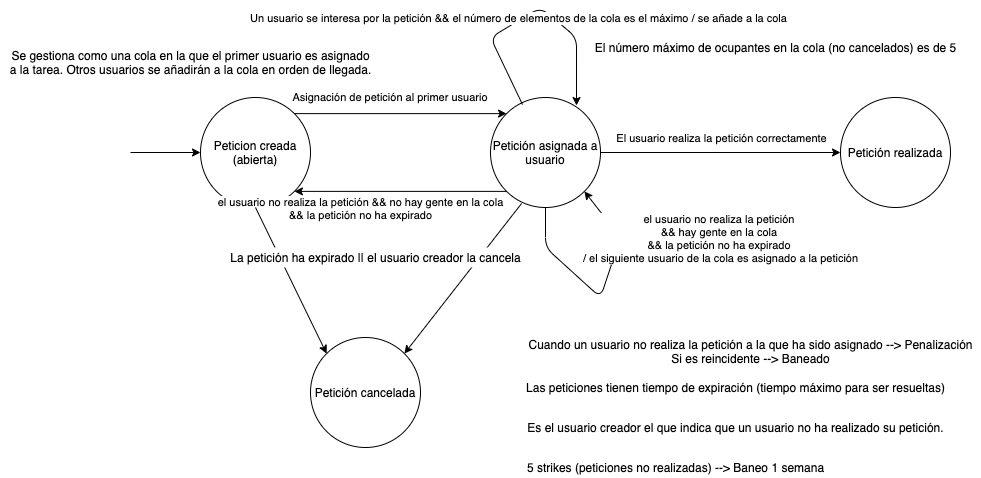
Earlier version of the draw.io export docs/diagramas/diagramaFlujoPeticiones.png (piter1902/otters). Source tidied: cells renumbered, new cells last; positions are measured from the earlier drawing's top-left corner, leaving out a move shared by most shapes. Source of this version:
```xml
<mxGraphModel>
  <root>
    <mxCell id="0" />
    <mxCell id="1" parent="0" />
    <mxCell id="2" value="Peticion creada (abierta)" style="ellipse;whiteSpace=wrap;html=1;" parent="1" vertex="1">
      <mxGeometry x="200" y="90" width="110" height="110" as="geometry" />
    </mxCell>
    <mxCell id="3" style="endArrow=classic;html=1;entryX=0;entryY=0.5;entryDx=0;entryDy=0;" parent="1" edge="1" target="2">
      <mxGeometry relative="1" as="geometry">
        <mxPoint x="130" y="145" as="sourcePoint" />
      </mxGeometry>
    </mxCell>
    <mxCell id="4" value="Petición asignada a usuario" style="ellipse;whiteSpace=wrap;html=1;" parent="1" vertex="1">
      <mxGeometry x="490" y="90" width="110" height="110" as="geometry" />
    </mxCell>
    <mxCell id="5" style="endArrow=classic;html=1;exitX=1;exitY=0;exitDx=0;exitDy=0;entryX=0;entryY=0;entryDx=0;entryDy=0;" parent="1" edge="1" source="2" target="4">
      <mxGeometry relative="1" as="geometry" />
    </mxCell>
    <mxCell id="6" value="Asignación de petición al primer usuario&amp;nbsp;" style="edgeLabel;html=1;align=center;verticalAlign=middle;" parent="5" vertex="1">
      <mxGeometry x="-0.55" y="-2" relative="1" as="geometry">
        <mxPoint x="48.1" y="-18.1" as="offset" />
      </mxGeometry>
    </mxCell>
    <mxCell id="7" style="endArrow=classic;html=1;exitX=0;exitY=1;exitDx=0;exitDy=0;entryX=1;entryY=1;entryDx=0;entryDy=0;" parent="1" edge="1" source="4" target="2">
      <mxGeometry relative="1" as="geometry" />
    </mxCell>
    <mxCell id="8" value="el usuario no realiza la petición &amp;amp;&amp;amp; no hay gente en la cola&lt;br&gt;&amp;amp;&amp;amp; la petición no ha expirado" style="edgeLabel;html=1;align=center;verticalAlign=middle;" parent="7" vertex="1">
      <mxGeometry x="0.51" relative="1" as="geometry">
        <mxPoint x="13.9" y="16.1" as="offset" />
      </mxGeometry>
    </mxCell>
    <mxCell id="9" value="Petición cancelada" style="ellipse;whiteSpace=wrap;html=1;" parent="1" vertex="1">
      <mxGeometry x="310" y="330" width="110" height="110" as="geometry" />
    </mxCell>
    <mxCell id="10" value="Petición realizada" style="ellipse;whiteSpace=wrap;html=1;" parent="1" vertex="1">
      <mxGeometry x="840" y="90" width="110" height="110" as="geometry" />
    </mxCell>
    <mxCell id="11" style="endArrow=classic;html=1;exitX=1;exitY=0.5;exitDx=0;exitDy=0;entryX=0;entryY=0.5;entryDx=0;entryDy=0;" parent="1" edge="1" source="4" target="10">
      <mxGeometry relative="1" as="geometry" />
    </mxCell>
    <mxCell id="12" value="El usuario realiza la petición correctamente" style="edgeLabel;html=1;align=center;verticalAlign=middle;" parent="11" vertex="1">
      <mxGeometry x="0.41" y="1" relative="1" as="geometry">
        <mxPoint x="-50" y="-14" as="offset" />
      </mxGeometry>
    </mxCell>
    <mxCell id="13" style="endArrow=classic;html=1;exitX=0.291;exitY=0.064;exitDx=0;exitDy=0;exitPerimeter=0;entryX=0.782;entryY=0.073;entryDx=0;entryDy=0;entryPerimeter=0;" parent="1" edge="1" source="4" target="4">
      <mxGeometry relative="1" as="geometry">
        <Array as="points">
          <mxPoint x="490" y="30" />
          <mxPoint x="540" />
          <mxPoint x="576" y="30" />
        </Array>
      </mxGeometry>
    </mxCell>
    <mxCell id="14" value="Un usuario se interesa por la petición &amp;amp;&amp;amp; el número de elementos de la cola es el máximo / se añade a la cola" style="edgeLabel;html=1;align=center;verticalAlign=middle;" parent="13" vertex="1">
      <mxGeometry x="-0.13" y="3" relative="1" as="geometry" />
    </mxCell>
    <mxCell id="15" value="Se gestiona como una cola en la que el primer usuario es asignado&lt;br&gt;a la tarea. Otros usuarios se añadirán a la cola en orden de llegada." style="text;html=1;align=center;verticalAlign=middle;" parent="1" vertex="1">
      <mxGeometry y="40" width="380" height="30" as="geometry" />
    </mxCell>
    <mxCell id="16" style="endArrow=classic;html=1;exitX=0.5;exitY=1;exitDx=0;exitDy=0;entryX=1;entryY=1;entryDx=0;entryDy=0;" parent="1" edge="1" source="4" target="4">
      <mxGeometry relative="1" as="geometry">
        <Array as="points">
          <mxPoint x="545" y="240" />
          <mxPoint x="600" y="290" />
          <mxPoint x="620" y="230" />
        </Array>
      </mxGeometry>
    </mxCell>
    <mxCell id="17" value="el usuario no realiza la petición &lt;br&gt;&amp;amp;&amp;amp; hay gente en la cola &lt;br&gt;&amp;amp;&amp;amp; la petición no ha expirado &lt;br&gt;/ el siguiente usuario de la cola es asignado a la petición" style="edgeLabel;html=1;align=center;verticalAlign=middle;" parent="16" vertex="1">
      <mxGeometry x="-0.01" y="2" relative="1" as="geometry">
        <mxPoint x="121" y="-56.8" as="offset" />
      </mxGeometry>
    </mxCell>
    <mxCell id="18" value="El número máximo de ocupantes en la cola (no cancelados) es de 5" style="text;html=1;align=center;verticalAlign=middle;" parent="1" vertex="1">
      <mxGeometry x="585" y="30" width="380" height="20" as="geometry" />
    </mxCell>
    <mxCell id="19" style="endArrow=classic;html=1;entryX=0;entryY=0;entryDx=0;entryDy=0;exitX=0.5;exitY=1;exitDx=0;exitDy=0;" parent="1" edge="1" source="2" target="9">
      <mxGeometry relative="1" as="geometry" />
    </mxCell>
    <mxCell id="20" style="endArrow=classic;html=1;exitX=0.282;exitY=0.964;exitDx=0;exitDy=0;entryX=1;entryY=0;entryDx=0;entryDy=0;exitPerimeter=0;" parent="1" edge="1" source="4" target="9">
      <mxGeometry relative="1" as="geometry" />
    </mxCell>
    <mxCell id="21" value="La petición ha expirado || el usuario creador la cancela" style="text;html=1;align=center;verticalAlign=middle;fillColor=#ffffff;" parent="1" vertex="1">
      <mxGeometry x="220" y="240" width="310" height="20" as="geometry" />
    </mxCell>
    <mxCell id="22" value="Cuando un usuario no realiza la petición a la que ha sido asignado --&amp;gt; Penalización&lt;br&gt;Si es reincidente --&amp;gt; Baneado" style="text;html=1;align=center;verticalAlign=middle;" parent="1" vertex="1">
      <mxGeometry x="520" y="329" width="460" height="30" as="geometry" />
    </mxCell>
    <mxCell id="23" value="Las peticiones tienen tiempo de expiración (tiempo máximo para ser resueltas)" style="text;html=1;align=center;verticalAlign=middle;" parent="1" vertex="1">
      <mxGeometry x="520" y="370" width="430" height="20" as="geometry" />
    </mxCell>
    <mxCell id="24" value="Es el usuario creador el que indica que un usuario no ha realizado su petición." style="text;html=1;align=center;verticalAlign=middle;" parent="1" vertex="1">
      <mxGeometry x="520" y="410" width="430" height="20" as="geometry" />
    </mxCell>
    <mxCell id="25" value="5 strikes (peticiones no realizadas) --&amp;gt; Baneo 1 semana" style="text;html=1;align=center;verticalAlign=middle;" parent="1" vertex="1">
      <mxGeometry x="520" y="450" width="310" height="20" as="geometry" />
    </mxCell>
  </root>
</mxGraphModel>
```
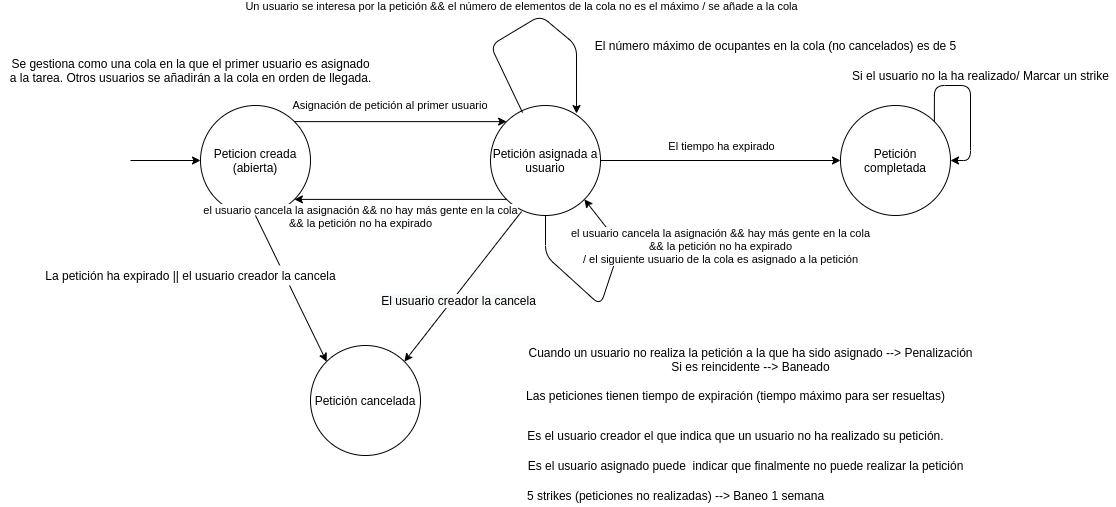
After the change.

Commit message:
Update "Diagrama de flujo de peticiones"

What changed in the source:
```diff
@@ -24,7 +24,7 @@
     <mxCell id="7" style="endArrow=classic;html=1;exitX=0;exitY=1;exitDx=0;exitDy=0;entryX=1;entryY=1;entryDx=0;entryDy=0;" parent="1" edge="1" source="4" target="2">
       <mxGeometry relative="1" as="geometry" />
     </mxCell>
-    <mxCell id="8" value="el usuario no realiza la petición &amp;amp;&amp;amp; no hay gente en la cola&lt;br&gt;&amp;amp;&amp;amp; la petición no ha expirado" style="edgeLabel;html=1;align=center;verticalAlign=middle;" parent="7" vertex="1">
+    <mxCell id="8" value="el usuario cancela la asignación &amp;amp;&amp;amp; no hay más gente en la cola&lt;br&gt;&amp;amp;&amp;amp; la petición no ha expirado" style="edgeLabel;html=1;align=center;verticalAlign=middle;" parent="7" vertex="1">
       <mxGeometry x="0.51" relative="1" as="geometry">
         <mxPoint x="13.9" y="16.1" as="offset" />
       </mxGeometry>
@@ -32,13 +32,13 @@
     <mxCell id="9" value="Petición cancelada" style="ellipse;whiteSpace=wrap;html=1;" parent="1" vertex="1">
       <mxGeometry x="310" y="330" width="110" height="110" as="geometry" />
     </mxCell>
-    <mxCell id="10" value="Petición realizada" style="ellipse;whiteSpace=wrap;html=1;" parent="1" vertex="1">
+    <mxCell id="10" value="Petición completada" style="ellipse;whiteSpace=wrap;html=1;" parent="1" vertex="1">
       <mxGeometry x="840" y="90" width="110" height="110" as="geometry" />
     </mxCell>
     <mxCell id="11" style="endArrow=classic;html=1;exitX=1;exitY=0.5;exitDx=0;exitDy=0;entryX=0;entryY=0.5;entryDx=0;entryDy=0;" parent="1" edge="1" source="4" target="10">
       <mxGeometry relative="1" as="geometry" />
     </mxCell>
-    <mxCell id="12" value="El usuario realiza la petición correctamente" style="edgeLabel;html=1;align=center;verticalAlign=middle;" parent="11" vertex="1">
+    <mxCell id="12" value="El tiempo ha expirado" style="edgeLabel;html=1;align=center;verticalAlign=middle;" parent="11" vertex="1">
       <mxGeometry x="0.41" y="1" relative="1" as="geometry">
         <mxPoint x="-50" y="-14" as="offset" />
       </mxGeometry>
@@ -52,8 +52,10 @@
         </Array>
       </mxGeometry>
     </mxCell>
-    <mxCell id="14" value="Un usuario se interesa por la petición &amp;amp;&amp;amp; el número de elementos de la cola es el máximo / se añade a la cola" style="edgeLabel;html=1;align=center;verticalAlign=middle;" parent="13" vertex="1">
-      <mxGeometry x="-0.13" y="3" relative="1" as="geometry" />
+    <mxCell id="14" value="Un usuario se interesa por la petición &amp;amp;&amp;amp; el número de elementos de la cola no es el máximo / se añade a la cola" style="edgeLabel;html=1;align=center;verticalAlign=middle;" parent="13" vertex="1">
+      <mxGeometry x="-0.13" y="3" relative="1" as="geometry">
+        <mxPoint x="3" y="-20" as="offset" />
+      </mxGeometry>
     </mxCell>
     <mxCell id="15" value="Se gestiona como una cola en la que el primer usuario es asignado&lt;br&gt;a la tarea. Otros usuarios se añadirán a la cola en orden de llegada." style="text;html=1;align=center;verticalAlign=middle;" parent="1" vertex="1">
       <mxGeometry y="40" width="380" height="30" as="geometry" />
@@ -67,13 +69,13 @@
         </Array>
       </mxGeometry>
     </mxCell>
-    <mxCell id="17" value="el usuario no realiza la petición &lt;br&gt;&amp;amp;&amp;amp; hay gente en la cola &lt;br&gt;&amp;amp;&amp;amp; la petición no ha expirado &lt;br&gt;/ el siguiente usuario de la cola es asignado a la petición" style="edgeLabel;html=1;align=center;verticalAlign=middle;" parent="16" vertex="1">
+    <mxCell id="17" value="el usuario cancela la asignación &amp;amp;&amp;amp; hay más gente en la cola&lt;br&gt;&amp;amp;&amp;amp; la petición no ha expirado&lt;br&gt;/ el siguiente usuario de la cola es asignado a la petición" style="edgeLabel;html=1;align=center;verticalAlign=middle;" parent="16" vertex="1">
       <mxGeometry x="-0.01" y="2" relative="1" as="geometry">
         <mxPoint x="121" y="-56.8" as="offset" />
       </mxGeometry>
     </mxCell>
     <mxCell id="18" value="El número máximo de ocupantes en la cola (no cancelados) es de 5" style="text;html=1;align=center;verticalAlign=middle;" parent="1" vertex="1">
-      <mxGeometry x="585" y="30" width="380" height="20" as="geometry" />
+      <mxGeometry x="585" y="20" width="380" height="20" as="geometry" />
     </mxCell>
     <mxCell id="19" style="endArrow=classic;html=1;entryX=0;entryY=0;entryDx=0;entryDy=0;exitX=0.5;exitY=1;exitDx=0;exitDy=0;" parent="1" edge="1" source="2" target="9">
       <mxGeometry relative="1" as="geometry" />
@@ -81,8 +83,11 @@
     <mxCell id="20" style="endArrow=classic;html=1;exitX=0.282;exitY=0.964;exitDx=0;exitDy=0;entryX=1;entryY=0;entryDx=0;entryDy=0;exitPerimeter=0;" parent="1" edge="1" source="4" target="9">
       <mxGeometry relative="1" as="geometry" />
     </mxCell>
+    <mxCell id="26" value="&lt;span style=&quot;font-size: 12px ; background-color: rgb(248 , 249 , 250)&quot;&gt;El usuario creador la cancela&lt;/span&gt;" style="edgeLabel;html=1;align=center;verticalAlign=middle;" parent="20" vertex="1">
+      <mxGeometry x="0.14" y="4" relative="1" as="geometry" />
+    </mxCell>
     <mxCell id="21" value="La petición ha expirado || el usuario creador la cancela" style="text;html=1;align=center;verticalAlign=middle;fillColor=#ffffff;" parent="1" vertex="1">
-      <mxGeometry x="220" y="240" width="310" height="20" as="geometry" />
+      <mxGeometry x="35" y="250" width="310" height="20" as="geometry" />
     </mxCell>
     <mxCell id="22" value="Cuando un usuario no realiza la petición a la que ha sido asignado --&amp;gt; Penalización&lt;br&gt;Si es reincidente --&amp;gt; Baneado" style="text;html=1;align=center;verticalAlign=middle;" parent="1" vertex="1">
       <mxGeometry x="520" y="329" width="460" height="30" as="geometry" />
@@ -94,7 +99,22 @@
       <mxGeometry x="520" y="410" width="430" height="20" as="geometry" />
     </mxCell>
     <mxCell id="25" value="5 strikes (peticiones no realizadas) --&amp;gt; Baneo 1 semana" style="text;html=1;align=center;verticalAlign=middle;" parent="1" vertex="1">
-      <mxGeometry x="520" y="450" width="310" height="20" as="geometry" />
+      <mxGeometry x="520" y="470" width="310" height="20" as="geometry" />
     </mxCell>
+    <mxCell id="27" style="edgeStyle=orthogonalEdgeStyle;rounded=1;orthogonalLoop=1;jettySize=auto;html=1;exitX=1;exitY=0;exitDx=0;exitDy=0;entryX=1;entryY=0.5;entryDx=0;entryDy=0;" parent="1" edge="1" source="10" target="10">
+      <mxGeometry relative="1" as="geometry">
+        <Array as="points">
+          <mxPoint x="934" y="70" />
+          <mxPoint x="970" y="70" />
+          <mxPoint x="970" y="145" />
+        </Array>
+      </mxGeometry>
+    </mxCell>
+    <mxCell id="28" value="Si el usuario no la ha realizado/ Marcar un strike" style="text;html=1;align=center;verticalAlign=middle;strokeColor=none;" parent="1" vertex="1">
+      <mxGeometry x="845" y="50" width="270" height="20" as="geometry" />
+    </mxCell>
+    <mxCell id="29" value="Es el usuario asignado puede&amp;nbsp; indicar que finalmente no puede realizar la petición" style="text;html=1;align=center;verticalAlign=middle;" parent="1" vertex="1">
+      <mxGeometry x="520" y="440" width="450" height="20" as="geometry" />
+    </mxCell>
   </root>
 </mxGraphModel>
```
